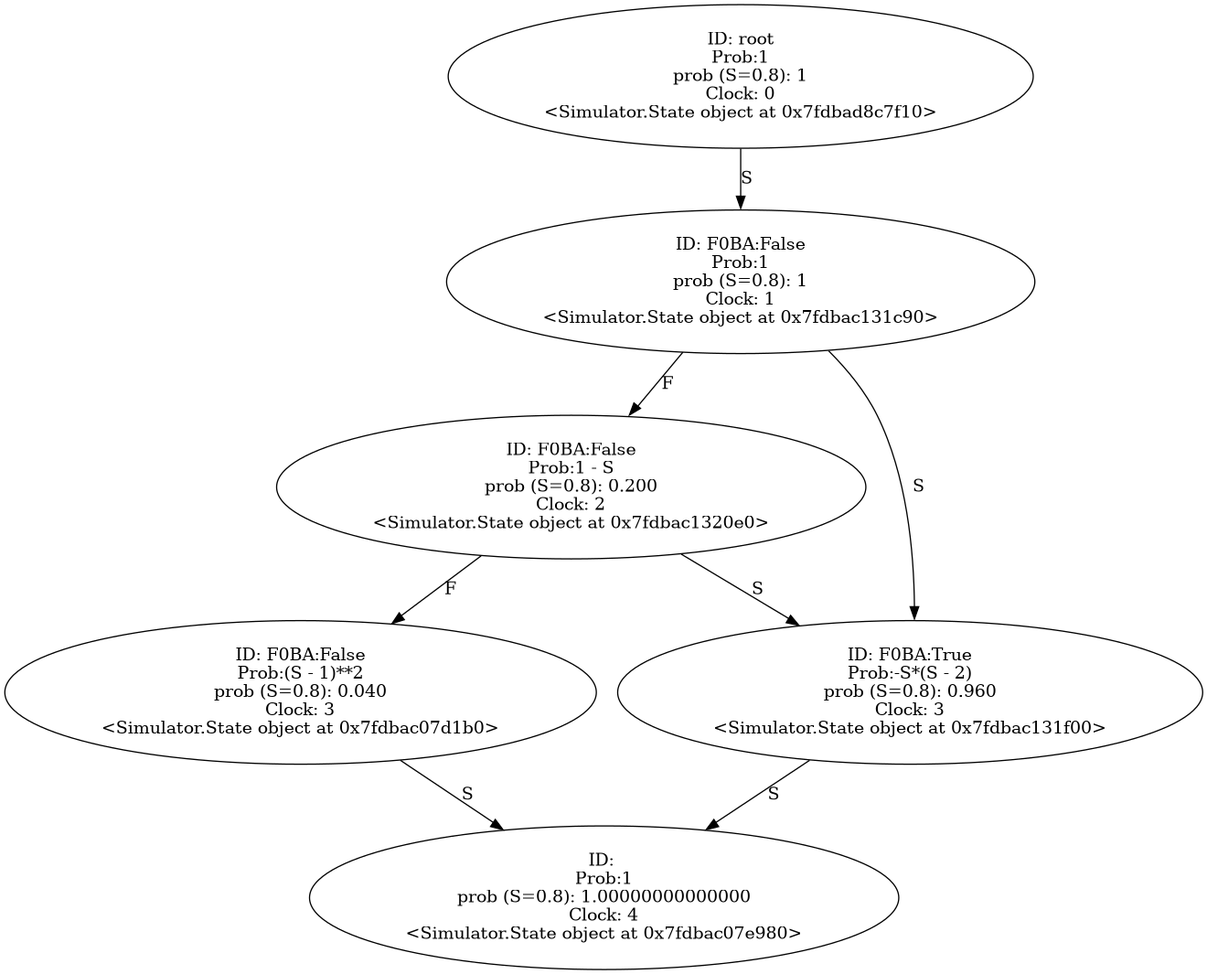
Earlier version of the Graphviz export Output/half_condition.wrp.gv.png (YasinBoloorchi/WARP-Simulator). Its source is kept beside it as Output/half_condition.wrp.gv.
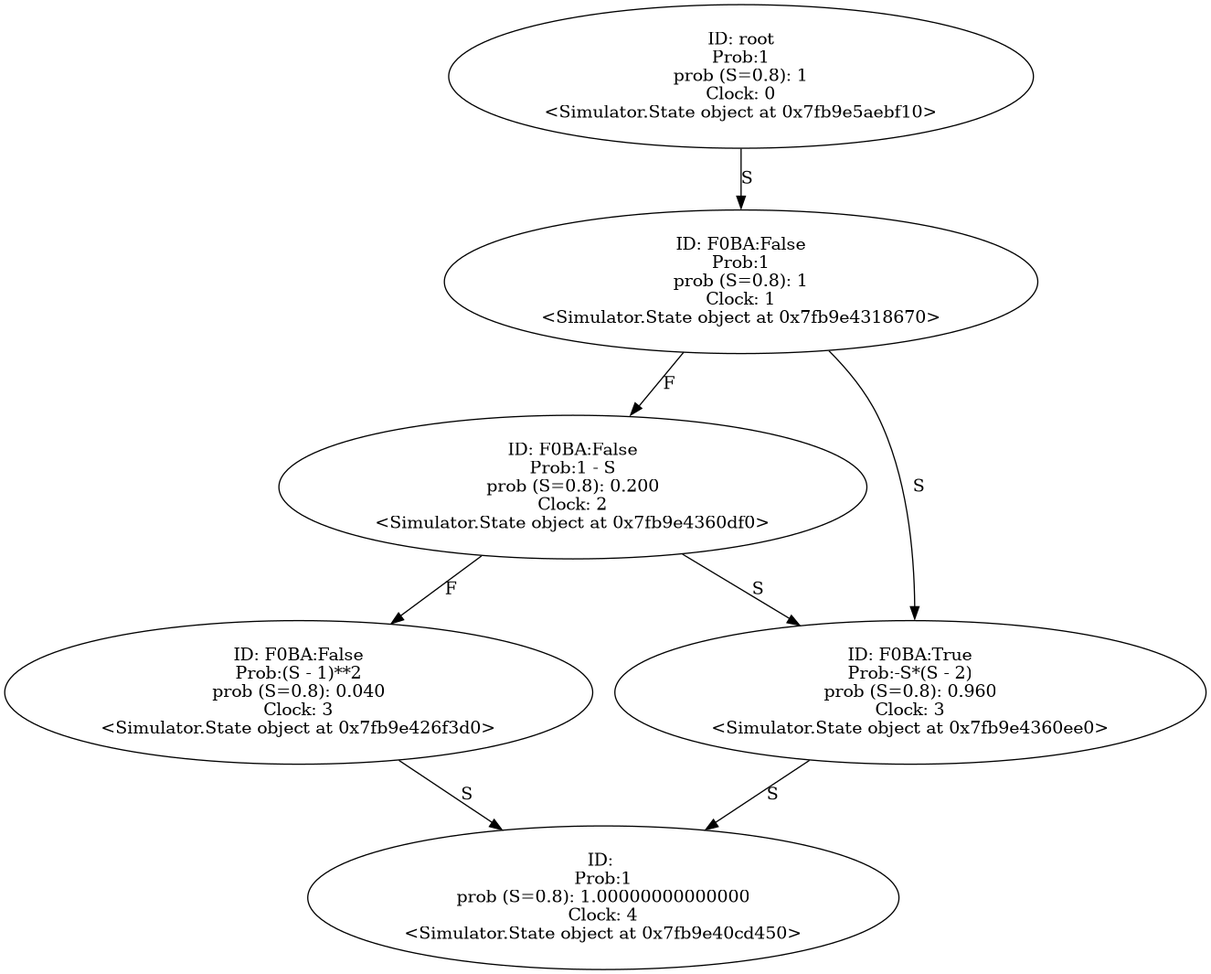
The same file after the commit.

Commit message:
Moved run_slot to the simulator

Change to the diagram source:
```diff
@@ -1,39 +1,39 @@
 digraph "./Output/half_condition.wrp" {
-	<Simulator.State object at 0x7fdbad8c7f10> [label="ID: root
+	<Simulator.State object at 0x7fb9e5aebf10> [label="ID: root
 Prob:1
 prob (S=0.8): 1
 Clock: 0
-<Simulator.State object at 0x7fdbad8c7f10>"]
-	<Simulator.State object at 0x7fdbad8c7f10> -> <Simulator.State object at 0x7fdbac131c90> [label=S]
-	<Simulator.State object at 0x7fdbac131c90> [label="ID: F0BA:False
+<Simulator.State object at 0x7fb9e5aebf10>"]
+	<Simulator.State object at 0x7fb9e5aebf10> -> <Simulator.State object at 0x7fb9e4318670> [label=S]
+	<Simulator.State object at 0x7fb9e4318670> [label="ID: F0BA:False
 Prob:1
 prob (S=0.8): 1
 Clock: 1
-<Simulator.State object at 0x7fdbac131c90>"]
-	<Simulator.State object at 0x7fdbac131c90> -> <Simulator.State object at 0x7fdbac1320e0> [label=F]
-	<Simulator.State object at 0x7fdbac131c90> -> <Simulator.State object at 0x7fdbac131f00> [label=S]
-	<Simulator.State object at 0x7fdbac1320e0> [label="ID: F0BA:False
+<Simulator.State object at 0x7fb9e4318670>"]
+	<Simulator.State object at 0x7fb9e4318670> -> <Simulator.State object at 0x7fb9e4360df0> [label=F]
+	<Simulator.State object at 0x7fb9e4318670> -> <Simulator.State object at 0x7fb9e4360ee0> [label=S]
+	<Simulator.State object at 0x7fb9e4360df0> [label="ID: F0BA:False
 Prob:1 - S
 prob (S=0.8): 0.200
 Clock: 2
-<Simulator.State object at 0x7fdbac1320e0>"]
-	<Simulator.State object at 0x7fdbac1320e0> -> <Simulator.State object at 0x7fdbac07d1b0> [label=F]
-	<Simulator.State object at 0x7fdbac1320e0> -> <Simulator.State object at 0x7fdbac131f00> [label=S]
-	<Simulator.State object at 0x7fdbac131f00> [label="ID: F0BA:True
+<Simulator.State object at 0x7fb9e4360df0>"]
+	<Simulator.State object at 0x7fb9e4360df0> -> <Simulator.State object at 0x7fb9e426f3d0> [label=F]
+	<Simulator.State object at 0x7fb9e4360df0> -> <Simulator.State object at 0x7fb9e4360ee0> [label=S]
+	<Simulator.State object at 0x7fb9e4360ee0> [label="ID: F0BA:True
 Prob:-S*(S - 2)
 prob (S=0.8): 0.960
 Clock: 3
-<Simulator.State object at 0x7fdbac131f00>"]
-	<Simulator.State object at 0x7fdbac131f00> -> <Simulator.State object at 0x7fdbac07e980> [label=S]
-	<Simulator.State object at 0x7fdbac07d1b0> [label="ID: F0BA:False
+<Simulator.State object at 0x7fb9e4360ee0>"]
+	<Simulator.State object at 0x7fb9e4360ee0> -> <Simulator.State object at 0x7fb9e40cd450> [label=S]
+	<Simulator.State object at 0x7fb9e426f3d0> [label="ID: F0BA:False
 Prob:(S - 1)**2
 prob (S=0.8): 0.040
 Clock: 3
-<Simulator.State object at 0x7fdbac07d1b0>"]
-	<Simulator.State object at 0x7fdbac07d1b0> -> <Simulator.State object at 0x7fdbac07e980> [label=S]
-	<Simulator.State object at 0x7fdbac07e980> [label="ID:
+<Simulator.State object at 0x7fb9e426f3d0>"]
+	<Simulator.State object at 0x7fb9e426f3d0> -> <Simulator.State object at 0x7fb9e40cd450> [label=S]
+	<Simulator.State object at 0x7fb9e40cd450> [label="ID:
 Prob:1
 prob (S=0.8): 1.00000000000000
 Clock: 4
-<Simulator.State object at 0x7fdbac07e980>"]
+<Simulator.State object at 0x7fb9e40cd450>"]
 }
```
